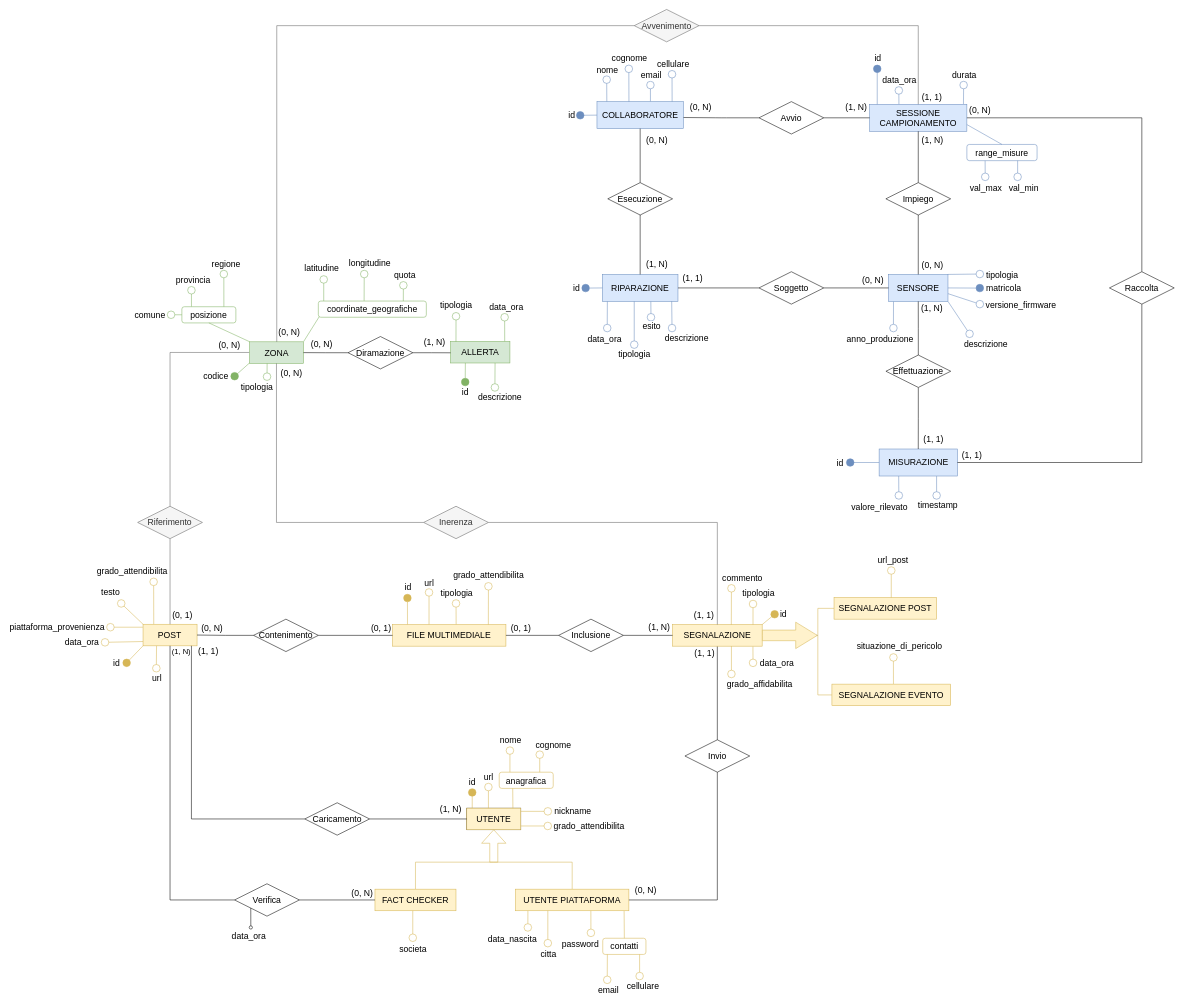
This is page "Diagramma completo" (7 of 9) of diagramma-er.drawio from faffolao/ProgettoBD2022, a draw.io file, before an edit. Source tidied: cells renumbered, new cells numbered last; positions are measured from the earlier drawing's top-left corner, leaving out a move shared by most shapes. Both pictures are drawn from the tidied source at 54%, with x=0, y=0 at pixel (105, 9).
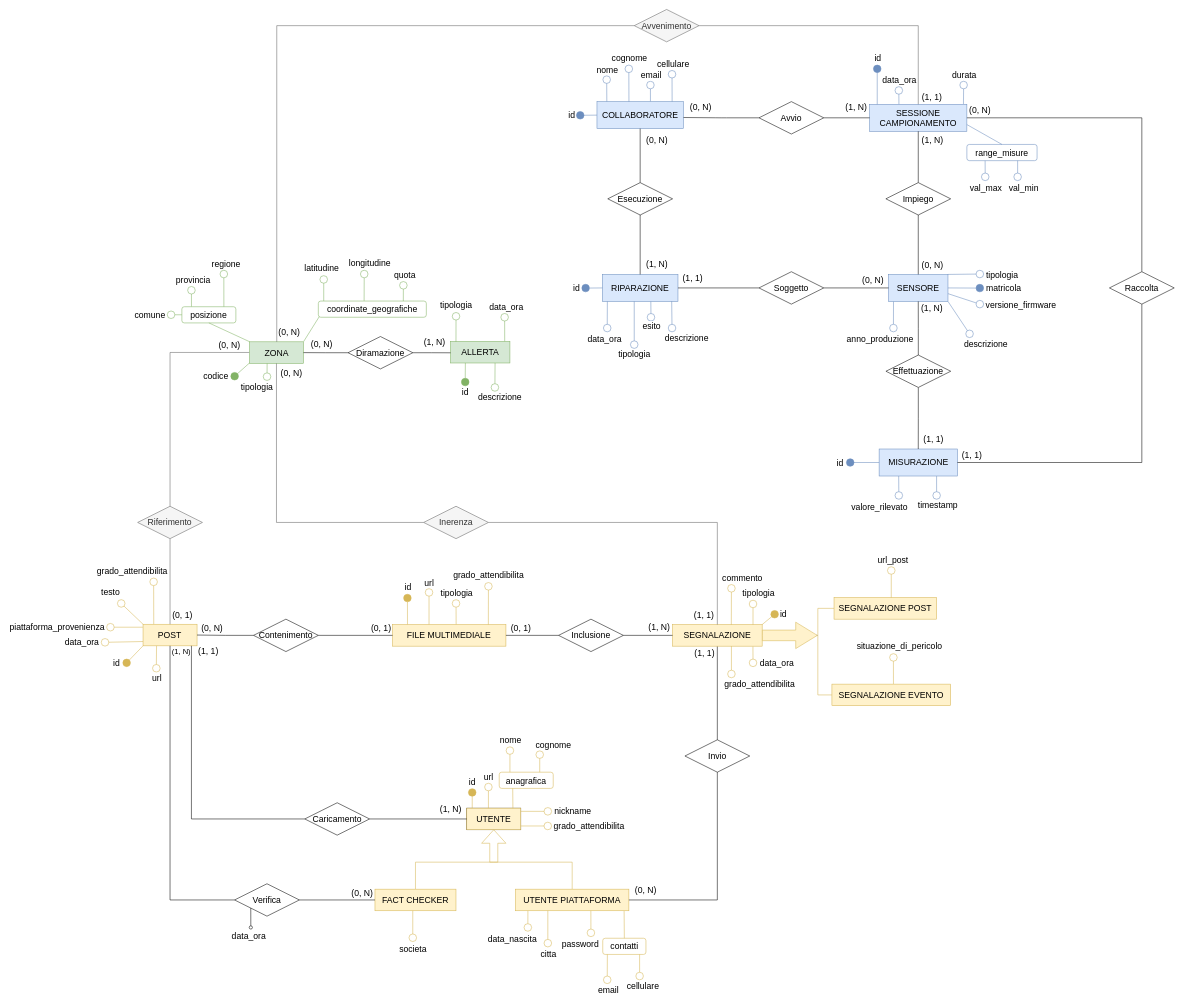
After the change.

Unchanged cells that the change refers to:
```xml
<mxCell id="167" style="endArrow=none;html=1;rounded=0;strokeColor=#d6b656;strokeWidth=1;fontSize=12;startSize=14;endSize=14;endFill=0;startArrow=oval;startFill=0;fillColor=#fff2cc;" parent="1" edge="1">
  <mxGeometry relative="1" as="geometry">
    <mxPoint x="1160" y="1230.6" as="sourcePoint" />
    <mxPoint x="1160" y="1179.1" as="targetPoint" />
  </mxGeometry>
</mxCell>
```

The edit, as a diff of the source:
```diff
@@
-    <mxCell id="168" value="grado_affidabilita" style="edgeLabel;html=1;align=center;verticalAlign=middle;fontSize=16;" parent="167" vertex="1">
+    <mxCell id="168" value="grado_attendibilita" style="edgeLabel;html=1;align=center;verticalAlign=middle;fontSize=16;" parent="167" vertex="1">
       <mxGeometry x="0.63" relative="1" as="geometry">
         <mxPoint x="51" y="61" as="offset" />
       </mxGeometry>
     </mxCell>
```
